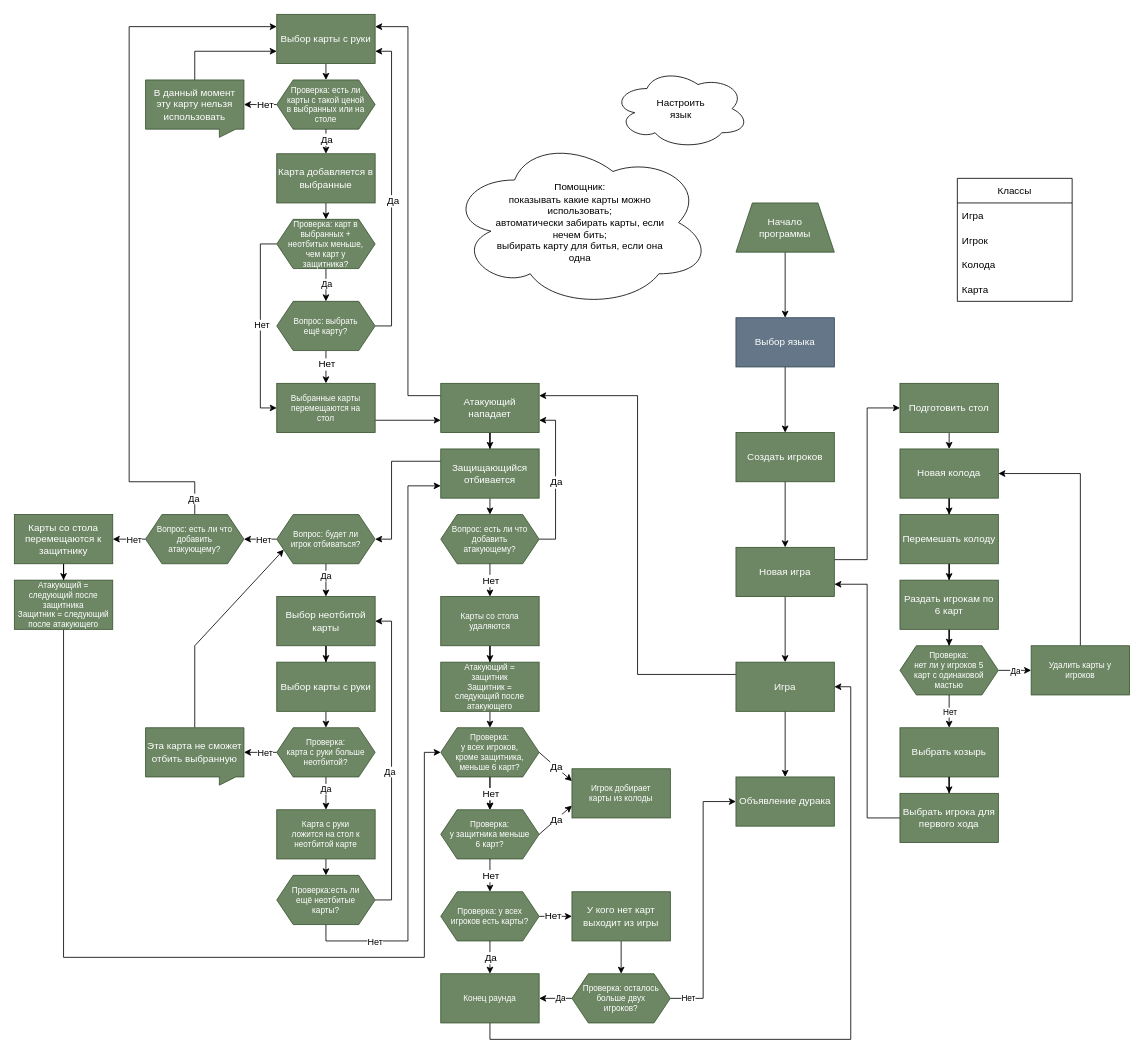
The draw.io diagram Diagram.drawio in JxSol/Durak, before the edit. Source tidied: cells renumbered, new cells numbered last; positions are measured from the earlier drawing's top-left corner, leaving out a move shared by most shapes. Both pictures are drawn from the tidied source at 82%, with x=0, y=0 at pixel (14, 14).
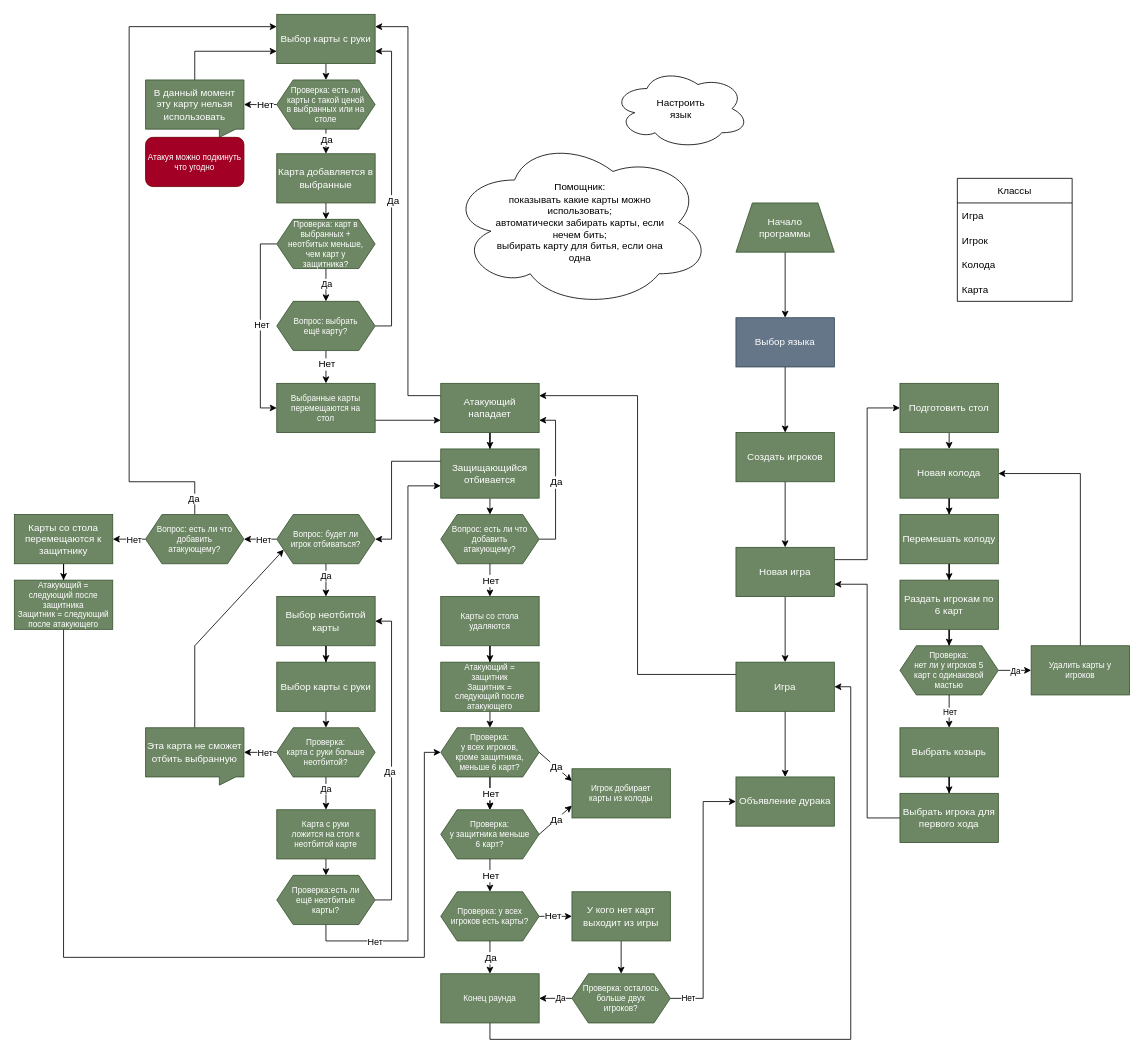
The same diagram, later.

What changed in the source:
```diff
@@
+    <mxCell id="137" value="Атакуя можно подкинуть что угодно" style="rounded=1;whiteSpace=wrap;html=1;fontSize=10;fillColor=#a20025;fontColor=#ffffff;strokeColor=#6F0000;" parent="1" vertex="1">
+      <mxGeometry x="160" y="150" width="120" height="60" as="geometry" />
+    </mxCell>
```
